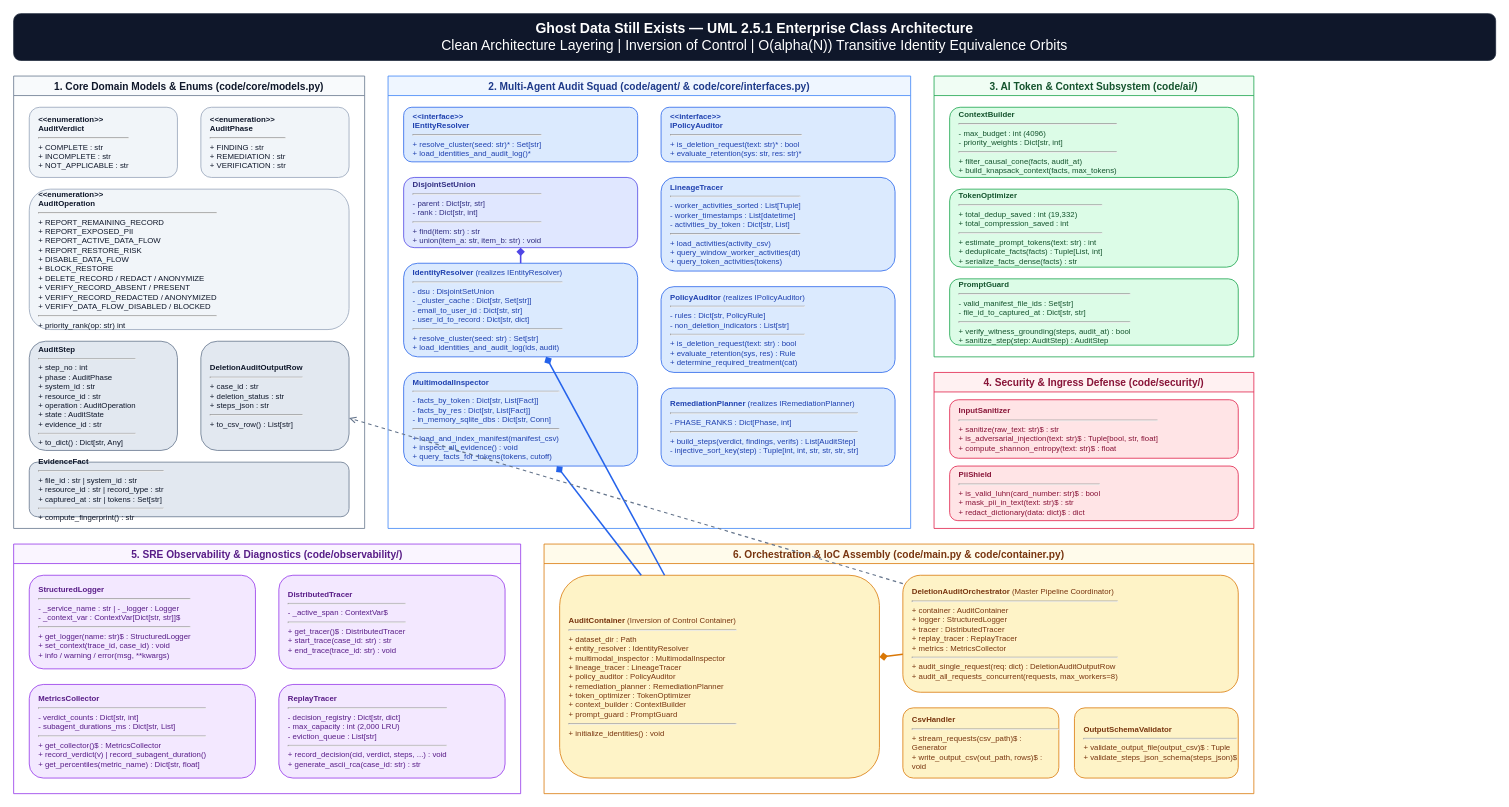
The draw.io diagram drawio/class_diagram.drawio in piyushmakhija28/hackerrank-orchestrate-october26, before the edit. Source tidied: cells renumbered, new cells numbered last; positions are measured from the earlier drawing's top-left corner, leaving out a move shared by most shapes. Both pictures are drawn from the tidied source at 78%, with x=0, y=0 at pixel (13, 13).
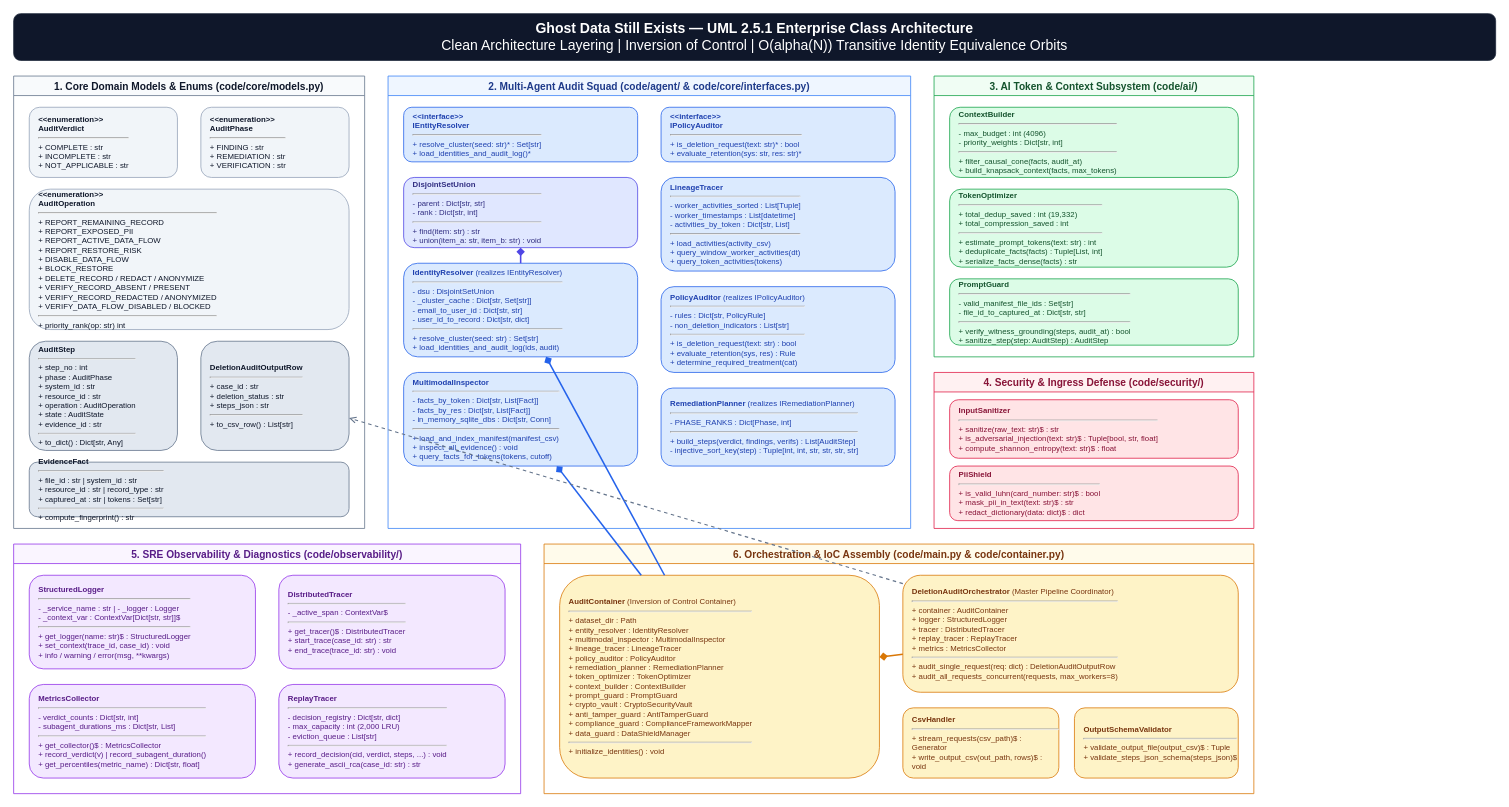
Above is the later version.

The change refers to these unchanged cells:
```xml
<mxCell id="31" value="6. Orchestration &amp; IoC Assembly (code/main.py &amp; code/container.py)" style="swimlane;whiteSpace=wrap;html=1;fillColor=#fffbeb;strokeColor=#d97706;fontColor=#78350f;fontSize=13;fontStyle=1;startSize=25;" parent="1" vertex="1">
  <mxGeometry x="680" y="680" width="910" height="320" as="geometry" />
</mxCell>
```

Diff of the diagram source:
```diff
@@
-    <mxCell id="32" value="&lt;b&gt;AuditContainer&lt;/b&gt; (Inversion of Control Container)&lt;hr&gt;+ dataset_dir : Path&lt;br&gt;+ entity_resolver : IdentityResolver&lt;br&gt;+ multimodal_inspector : MultimodalInspector&lt;br&gt;+ lineage_tracer : LineageTracer&lt;br&gt;+ policy_auditor : PolicyAuditor&lt;br&gt;+ remediation_planner : RemediationPlanner&lt;br&gt;+ token_optimizer : TokenOptimizer&lt;br&gt;+ context_builder : ContextBuilder&lt;br&gt;+ prompt_guard : PromptGuard&lt;hr&gt;+ initialize_identities() : void" style="rounded=1;whiteSpace=wrap;html=1;fillColor=#fef3c7;strokeColor=#d97706;fontColor=#78350f;align=left;spacingLeft=10;fontSize=10;" parent="31" vertex="1">
+    <mxCell id="32" value="&lt;b&gt;AuditContainer&lt;/b&gt; (Inversion of Control Container)&lt;hr&gt;+ dataset_dir : Path&lt;br&gt;+ entity_resolver : IdentityResolver&lt;br&gt;+ multimodal_inspector : MultimodalInspector&lt;br&gt;+ lineage_tracer : LineageTracer&lt;br&gt;+ policy_auditor : PolicyAuditor&lt;br&gt;+ remediation_planner : RemediationPlanner&lt;br&gt;+ token_optimizer : TokenOptimizer&lt;br&gt;+ context_builder : ContextBuilder&lt;br&gt;+ prompt_guard : PromptGuard&lt;br&gt;+ crypto_vault : CryptoSecurityVault&lt;br&gt;+ anti_tamper_guard : AntiTamperGuard&lt;br&gt;+ compliance_guard : ComplianceFrameworkMapper&lt;br&gt;+ data_guard : DataShieldManager&lt;hr&gt;+ initialize_identities() : void" style="rounded=1;whiteSpace=wrap;html=1;fillColor=#fef3c7;strokeColor=#d97706;fontColor=#78350f;align=left;spacingLeft=10;fontSize=10;" parent="31" vertex="1">
       <mxGeometry x="20" y="40" width="410" height="260" as="geometry" />
     </mxCell>
```
